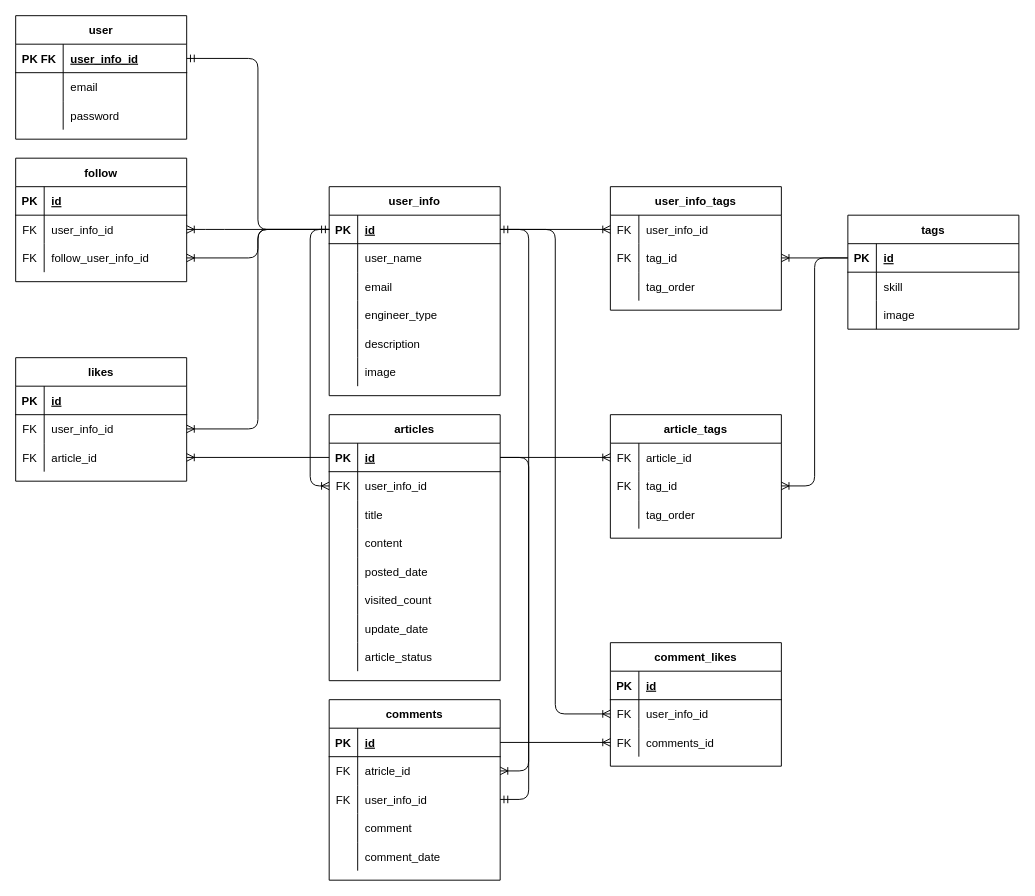
Above: Designs/ER図.drawio in yusuke-rakus/Qiish (draw.io), before the change. Source tidied: cells renumbered, new cells numbered last; positions are measured from the earlier drawing's top-left corner, leaving out a move shared by most shapes. Both pictures are drawn from the tidied source at 95%, with x=0, y=0 at pixel (15, 15).
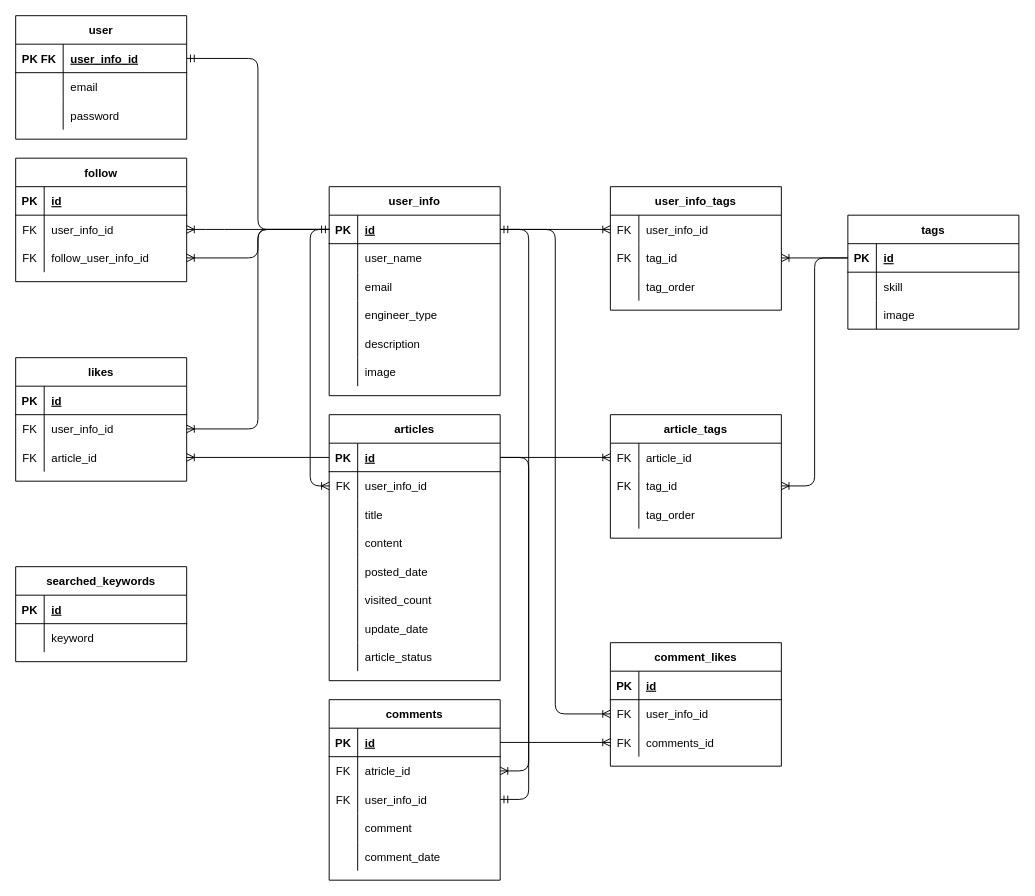
The same page after the edit.

Diff of the diagram source:
```diff
@@
+    <mxCell id="146" value="searched_keywords" style="shape=table;startSize=30;childLayout=tableLayout;rowLines=0;fontStyle=1;align=center;" parent="1" vertex="1">
+      <mxGeometry y="580" width="180" height="100" as="geometry" />
+    </mxCell>
+    <mxCell id="147" style="shape=partialRectangle;fillColor=none;top=0;left=0;bottom=1;right=0;" parent="146" vertex="1">
+      <mxGeometry y="30" width="180" height="30" as="geometry" />
+    </mxCell>
+    <mxCell id="148" value="PK" style="shape=partialRectangle;fillColor=none;top=0;left=0;bottom=0;right=0;fontStyle=1;overflow=hidden;" parent="147" vertex="1">
+      <mxGeometry width="30" height="30" as="geometry" />
+    </mxCell>
+    <mxCell id="149" value="id" style="shape=partialRectangle;fillColor=none;top=0;left=0;bottom=0;right=0;align=left;spacingLeft=6;fontStyle=5;overflow=hidden;" parent="147" vertex="1">
+      <mxGeometry x="30" width="150" height="30" as="geometry" />
+    </mxCell>
+    <mxCell id="150" style="shape=partialRectangle;fillColor=none;top=0;left=0;bottom=0;right=0;" parent="146" vertex="1">
+      <mxGeometry y="60" width="180" height="30" as="geometry" />
+    </mxCell>
+    <mxCell id="151" style="shape=partialRectangle;fillColor=none;top=0;left=0;bottom=0;right=0;overflow=hidden;" parent="150" vertex="1">
+      <mxGeometry width="30" height="30" as="geometry" />
+    </mxCell>
+    <mxCell id="152" value="keyword" style="shape=partialRectangle;fillColor=none;top=0;left=0;bottom=0;right=0;align=left;spacingLeft=6;overflow=hidden;" parent="150" vertex="1">
+      <mxGeometry x="30" width="150" height="30" as="geometry" />
+    </mxCell>
```
